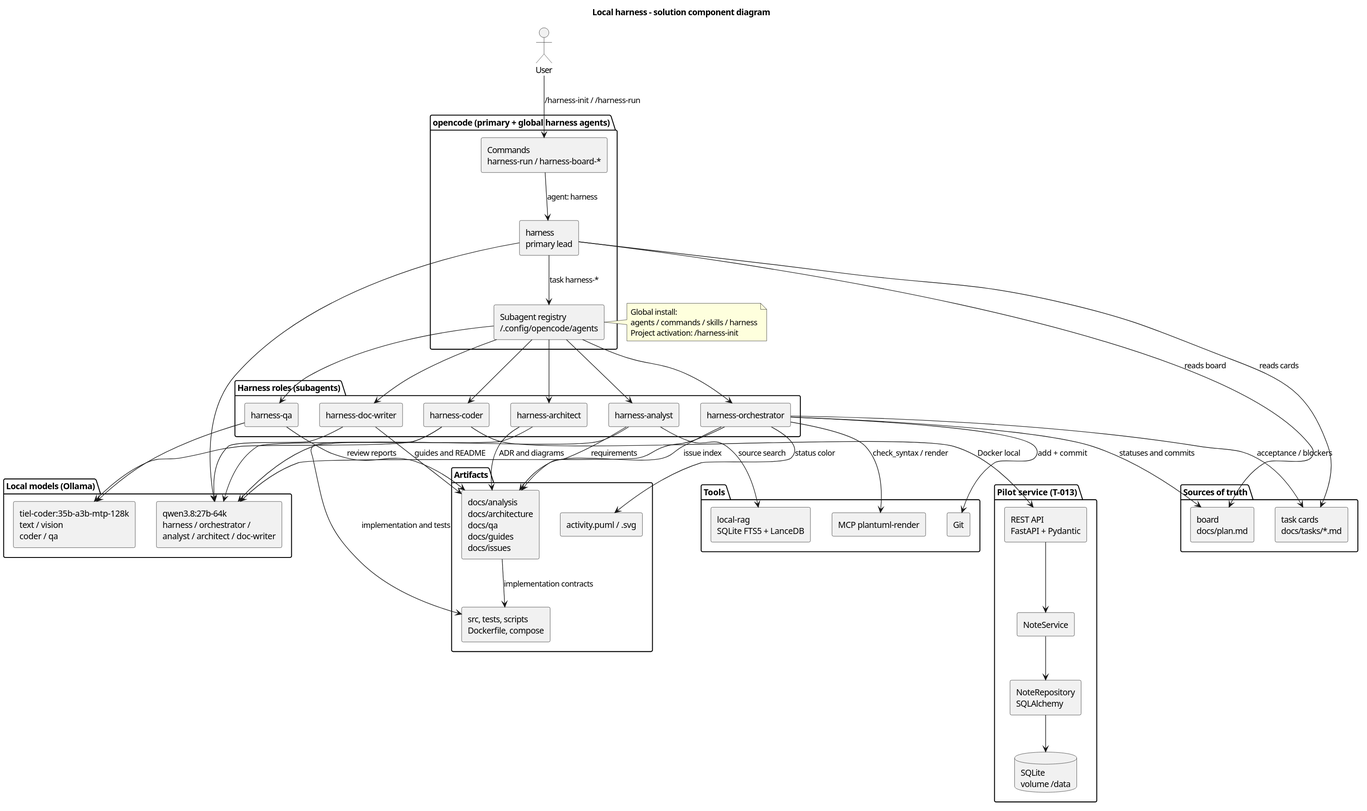
This is docs/description/diagrams/components-harness.svg from serge-sasov/harness, a PlantUML export, as it was before one commit.
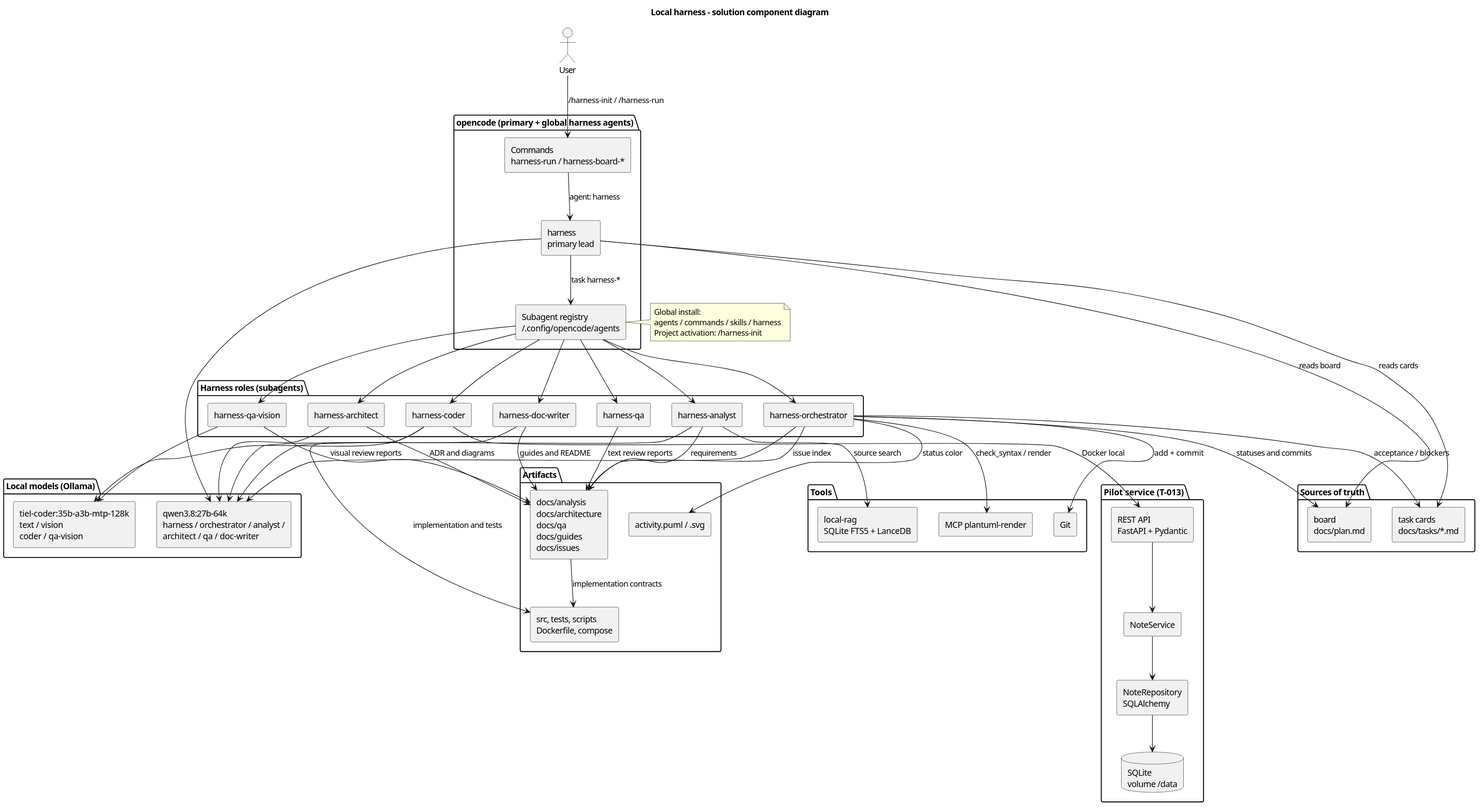
After the commit.

The edit, as a diff of the source:
```diff
@@ -17,12 +17,13 @@
   component "harness-architect" as architect
   component "harness-coder" as coder
   component "harness-qa" as qa
+  component "harness-qa-vision" as qavision
   component "harness-doc-writer" as docwriter
 }
 
 package "Local models (Ollama)" {
-  component "qwen3.8:27b-64k\nharness / orchestrator /\nanalyst / architect / doc-writer" as qwen
-  component "tiel-coder:35b-a3b-mtp-128k\ntext / vision\ncoder / qa" as tiel
+  component "qwen3.8:27b-64k\nharness / orchestrator / analyst /\narchitect / qa / doc-writer" as qwen
+  component "tiel-coder:35b-a3b-mtp-128k\ntext / vision\ncoder / qa-vision" as tiel
 }
 
 package "Sources of truth" {
@@ -60,6 +61,7 @@
 registry --> architect
 registry --> coder
 registry --> qa
+registry --> qavision
 registry --> docwriter
 
 orch --> qwen
@@ -67,7 +69,7 @@
 architect --> qwen
 docwriter --> qwen
 coder --> tiel
-qa --> tiel
+qavision --> tiel
 
 orch --> board : statuses and commits
 orch --> cards : acceptance / blockers
@@ -79,7 +81,8 @@
 analyst --> rag : source search
 analyst --> docs : requirements
 architect --> docs : ADR and diagrams
-qa --> docs : review reports
+qa --> docs : text review reports
+qavision --> docs : visual review reports
 docwriter --> docs : guides and README
 
 coder --> code : implementation and tests
```
